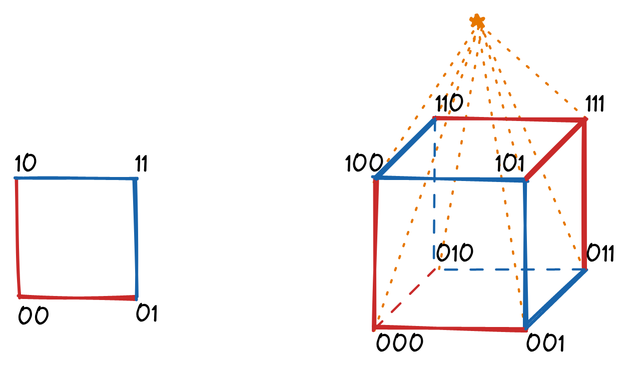
Above: pripreme/dan1/sesiri/img/sesiri_editorial.excalidraw.png in ipaljak/hio-izborne-2022 (Excalidraw), before the change. Source tidied: one line per element, renumbered; positions are measured from the earlier drawing's top-left corner, leaving out a move shared by most shapes.
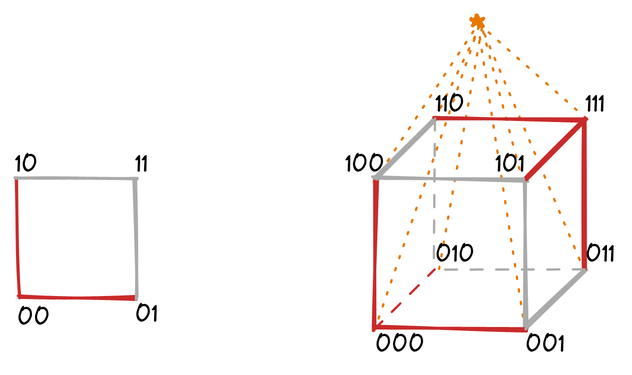
Later version of the same file.

Commit message:
sesiri editorial

What changed in the source:
```diff
@@ -6,19 +6,19 @@
 {"id": 5, "type": "line", "strokeColor": "#e67700", "strokeWidth": 1, "strokeStyle": "dotted", "roughness": 1, "x": 378, "y": 171, "width": 70, "height": 167, "points": [[0, 0], [-70, -167]]}
 {"id": 6, "type": "line", "strokeColor": "#e67700", "strokeWidth": 1, "strokeStyle": "dotted", "roughness": 1, "x": 339, "y": 209, "width": 31, "height": 204, "points": [[0, 0], [-31, -204]]}
 {"id": 7, "type": "line", "strokeColor": "#e67700", "strokeWidth": 1, "strokeStyle": "dotted", "roughness": 1, "x": 240, "y": 211, "width": 69, "height": 205, "points": [[0, 0], [69, -205]]}
-{"id": 8, "type": "line", "strokeColor": "#e67700", "strokeWidth": 2, "roughness": 1, "x": 320, "y": 124, "width": 8, "height": 7, "points": [[-15, -117], [-13, -124], [-8, -117], [-16, -121], [-8, -122], [-15, -117]]}
+{"id": 8, "type": "line", "strokeColor": "#e67700", "strokeWidth": 2, "roughness": 1, "x": 305, "y": 7, "width": 8, "height": 7, "points": [[0, 0], [3, -7], [7, 1], [-1, -4], [7, -5], [0, 0]]}
 {"id": 9, "type": "line", "strokeColor": "#c92a2a", "strokeWidth": 2, "roughness": 1, "x": 240, "y": 109, "width": 0, "height": 100, "points": [[0, 0], [0, 100]]}
-{"id": 10, "type": "line", "strokeColor": "#1864ab", "strokeWidth": 2, "roughness": 1, "x": 240, "y": 109, "width": 100, "height": 0, "points": [[0, 0], [100, 0]]}
+{"id": 10, "type": "line", "strokeColor": "#aaaaaa", "strokeWidth": 2, "roughness": 1, "x": 240, "y": 109, "width": 100, "height": 0, "points": [[0, 0], [100, 0]]}
-{"id": 11, "type": "line", "strokeColor": "#1864ab", "strokeWidth": 2, "roughness": 1, "x": 340, "y": 209, "width": 0, "height": 100, "points": [[0, 0], [0, -100]]}
+{"id": 11, "type": "line", "strokeColor": "#aaaaaa", "strokeWidth": 2, "roughness": 1, "x": 340, "y": 209, "width": 0, "height": 100, "points": [[0, 0], [0, -100]]}
 {"id": 12, "type": "line", "strokeColor": "#c92a2a", "strokeWidth": 2, "roughness": 1, "x": 240, "y": 209, "width": 100, "height": 0, "points": [[0, 0], [100, 0]]}
-{"id": 13, "type": "line", "strokeColor": "#1864ab", "strokeWidth": 2, "roughness": 1, "x": 280, "y": 69, "width": 40, "height": 40, "points": [[0, 0], [-40, 40]]}
+{"id": 13, "type": "line", "strokeColor": "#aaaaaa", "strokeWidth": 2, "roughness": 1, "x": 280, "y": 69, "width": 40, "height": 40, "points": [[0, 0], [-40, 40]]}
 {"id": 14, "type": "line", "strokeColor": "#c92a2a", "strokeWidth": 2, "roughness": 1, "x": 380, "y": 69, "width": 40, "height": 40, "points": [[0, 0], [-40, 40]]}
-{"id": 15, "type": "line", "strokeColor": "#1864ab", "strokeWidth": 2, "roughness": 1, "x": 380, "y": 169, "width": 40, "height": 40, "points": [[0, 0], [-40, 40]]}
+{"id": 15, "type": "line", "strokeColor": "#aaaaaa", "strokeWidth": 2, "roughness": 1, "x": 380, "y": 169, "width": 40, "height": 40, "points": [[0, 0], [-40, 40]]}
 {"id": 16, "type": "line", "strokeColor": "#c92a2a", "strokeWidth": 2, "roughness": 1, "x": 280, "y": 69, "width": 100, "height": 0, "points": [[0, 0], [100, 0]]}
 {"id": 17, "type": "line", "strokeColor": "#c92a2a", "strokeWidth": 2, "roughness": 1, "x": 380, "y": 169, "width": 0, "height": 100, "points": [[0, 0], [0, -100]]}
-{"id": 18, "type": "line", "strokeColor": "#1864ab", "strokeWidth": 1, "strokeStyle": "dashed", "roughness": 1, "x": 280, "y": 69, "width": 0, "height": 100, "points": [[0, 0], [0, 100]]}
+{"id": 18, "type": "line", "strokeColor": "#aaaaaa", "strokeWidth": 1, "strokeStyle": "dashed", "roughness": 1, "x": 280, "y": 69, "width": 0, "height": 100, "points": [[0, 0], [0, 100]]}
 {"id": 19, "type": "line", "strokeColor": "#c92a2a", "strokeWidth": 1, "strokeStyle": "dashed", "roughness": 1, "x": 240, "y": 209, "width": 40, "height": 40, "points": [[0, 0], [40, -40]]}
-{"id": 20, "type": "line", "strokeColor": "#1864ab", "strokeWidth": 1, "strokeStyle": "dashed", "roughness": 1, "x": 380, "y": 169, "width": 100, "height": 0, "points": [[0, 0], [-100, 0]]}
+{"id": 20, "type": "line", "strokeColor": "#aaaaaa", "strokeWidth": 1, "strokeStyle": "dashed", "roughness": 1, "x": 380, "y": 169, "width": 100, "height": 0, "points": [[0, 0], [-100, 0]]}
 {"id": 21, "type": "text", "text": "000", "strokeColor": "#000000", "strokeWidth": 2, "strokeStyle": "dashed", "roughness": 1, "fontSize": 16, "fontFamily": 1, "x": 240, "y": 209, "width": 34, "height": 21}
 {"id": 22, "type": "text", "text": "001", "strokeColor": "#000000", "strokeWidth": 2, "strokeStyle": "dashed", "roughness": 1, "fontSize": 16, "fontFamily": 1, "x": 340, "y": 209, "width": 27, "height": 21}
 {"id": 23, "type": "text", "text": "010", "strokeColor": "#000000", "strokeWidth": 2, "strokeStyle": "dashed", "roughness": 1, "fontSize": 16, "fontFamily": 1, "x": 280, "y": 149, "width": 27, "height": 21}
@@ -29,8 +29,8 @@
 {"id": 28, "type": "text", "text": "101", "strokeColor": "#000000", "strokeWidth": 2, "strokeStyle": "dashed", "roughness": 1, "fontSize": 16, "fontFamily": 1, "x": 320, "y": 89, "width": 21, "height": 21}
 {"id": 29, "type": "line", "strokeColor": "#c92a2a", "strokeWidth": 2, "roughness": 1, "x": 2, "y": 188, "width": 78, "height": 1, "points": [[0, 0], [78, 1]]}
 {"id": 30, "type": "line", "strokeColor": "#c92a2a", "strokeWidth": 2, "roughness": 1, "x": 2, "y": 188, "width": 2, "height": 79, "points": [[0, 0], [-2, -79]]}
-{"id": 31, "type": "line", "strokeColor": "#1864ab", "strokeWidth": 2, "roughness": 1, "x": 1, "y": 109, "width": 81, "height": 0, "points": [[0, 0], [81, 0]]}
+{"id": 31, "type": "line", "strokeColor": "#aaaaaa", "strokeWidth": 2, "roughness": 1, "x": 1, "y": 109, "width": 81, "height": 0, "points": [[0, 0], [81, 0]]}
-{"id": 32, "type": "line", "strokeColor": "#1864ab", "strokeWidth": 2, "roughness": 1, "x": 81, "y": 189, "width": 0, "height": 80, "points": [[0, 0], [0, -80]]}
+{"id": 32, "type": "line", "strokeColor": "#aaaaaa", "strokeWidth": 2, "roughness": 1, "x": 81, "y": 189, "width": 0, "height": 80, "points": [[0, 0], [0, -80]]}
 {"id": 33, "type": "text", "text": "00", "strokeColor": "#000000", "strokeWidth": 2, "roughness": 1, "fontSize": 16, "fontFamily": 1, "x": 2, "y": 191, "width": 23, "height": 21}
 {"id": 34, "type": "text", "text": "01", "strokeColor": "#000000", "strokeWidth": 2, "roughness": 1, "fontSize": 16, "fontFamily": 1, "x": 80, "y": 189, "width": 16, "height": 21}
 {"id": 35, "type": "text", "text": "10", "strokeColor": "#000000", "strokeWidth": 2, "roughness": 1, "fontSize": 16, "fontFamily": 1, "x": 0, "y": 89, "width": 16, "height": 21}
```
